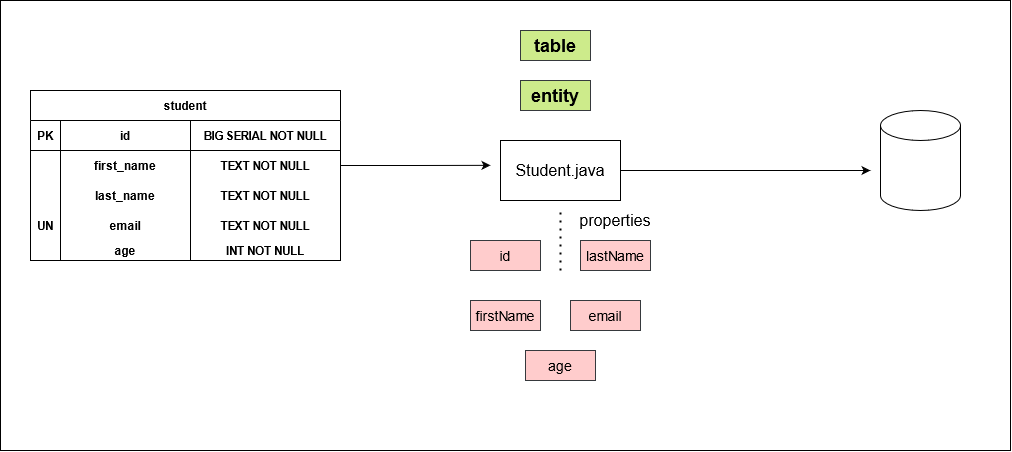
Above: db_schema.png in ciurescuraul/SpringDataJPA (draw.io), before the change. Source tidied: cells renumbered, new cells last; positions are measured from the earlier drawing's top-left corner, leaving out a move shared by most shapes.
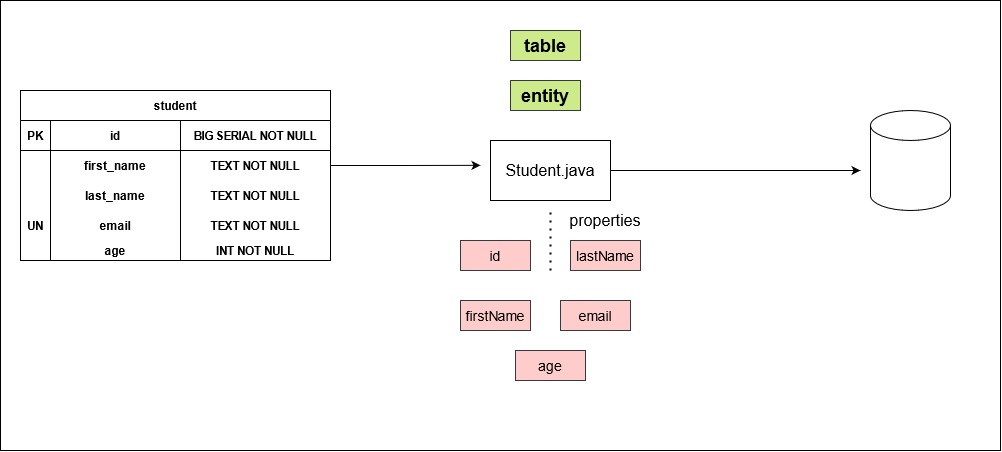
After the change.

Diff of the diagram source:
```diff
@@ -2,8 +2,8 @@
   <root>
     <mxCell id="0" />
     <mxCell id="1" parent="0" />
-    <mxCell id="2" style="rounded=0;whiteSpace=wrap;html=1;strokeWidth=1;gradientColor=none;" parent="1" vertex="1">
-      <mxGeometry width="1010" height="450" as="geometry" />
+    <mxCell id="2" style="rounded=0;whiteSpace=wrap;html=1;strokeWidth=1;gradientColor=none;fillColor=#FFFFFF;" parent="1" vertex="1">
+      <mxGeometry x="10" width="1000" height="450" as="geometry" />
     </mxCell>
     <mxCell id="3" value="student" style="shape=table;startSize=30;rowLines=0;fontStyle=1;align=center;strokeWidth=1;gradientColor=none;" parent="1" vertex="1">
       <mxGeometry x="30" y="90" width="310" height="170" as="geometry" />
```
